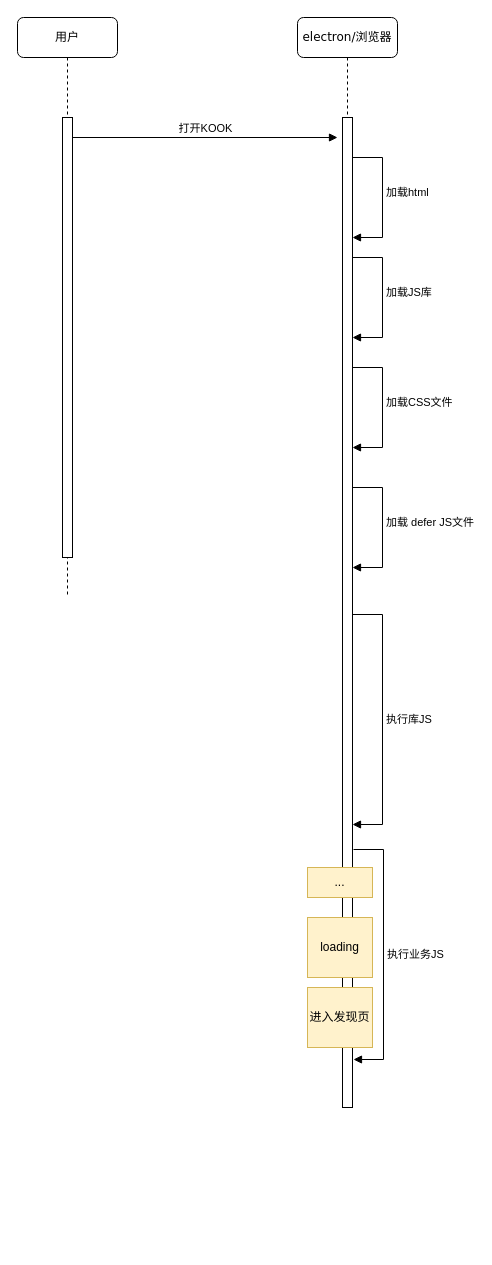
The draw.io diagram KOOK启动.drawio in ccccccp/draw-io, before the edit. Source tidied: cells renumbered, new cells numbered last; positions are measured from the earlier drawing's top-left corner, leaving out a move shared by most shapes. Both pictures are drawn from the tidied source at 100%, with x=0, y=0 at pixel (17, 17).
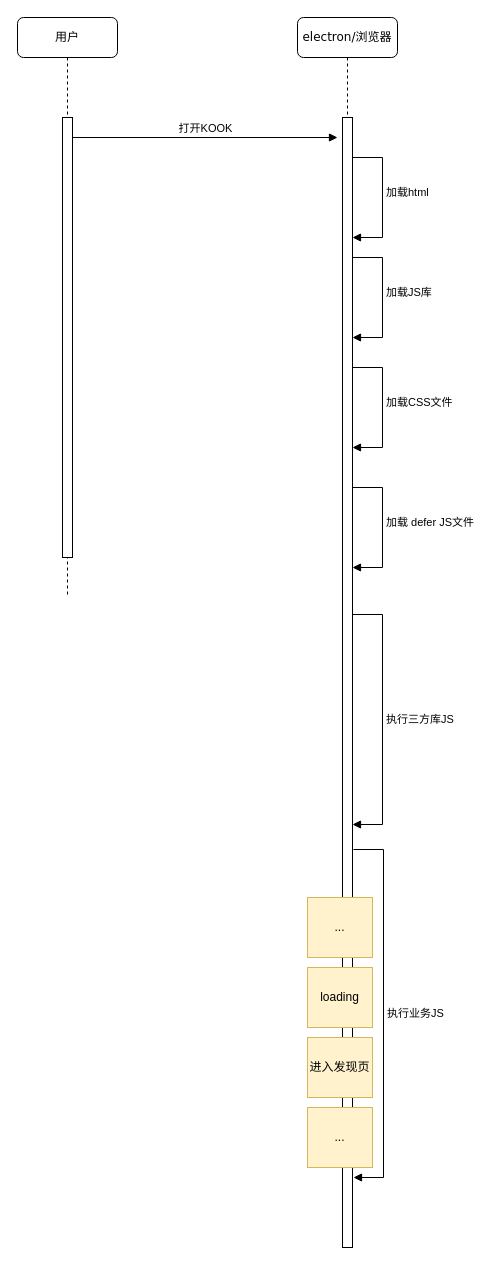
The same page after the edit.

Diff of the diagram source:
```diff
@@
     <mxCell id="5" value="electron/浏览器" style="shape=umlLifeline;perimeter=lifelinePerimeter;whiteSpace=wrap;html=1;rounded=1;shadow=0;comic=0;labelBackgroundColor=none;strokeWidth=1;fontFamily=Verdana;fontSize=12;align=center;" parent="1" vertex="1">
-      <mxGeometry x="280" width="100" height="1090" as="geometry" />
+      <mxGeometry x="280" width="100" height="1230" as="geometry" />
     </mxCell>
     <mxCell id="6" style="html=1;perimeter=orthogonalPerimeter;rounded=0;shadow=0;comic=0;labelBackgroundColor=none;strokeWidth=1;fontFamily=Verdana;fontSize=12;align=center;" parent="5" vertex="1">
-      <mxGeometry x="45" y="100" width="10" height="990" as="geometry" />
+      <mxGeometry x="45" y="100" width="10" height="1130" as="geometry" />
     </mxCell>
     <mxCell id="7" value="loading" style="rounded=0;whiteSpace=wrap;html=1;fillColor=#fff2cc;strokeColor=#d6b656;" parent="5" vertex="1">
-      <mxGeometry x="10" y="900" width="65" height="60" as="geometry" />
+      <mxGeometry x="10" y="950" width="65" height="60" as="geometry" />
     </mxCell>
     <mxCell id="8" value="进入发现页" style="rounded=0;whiteSpace=wrap;html=1;fillColor=#fff2cc;strokeColor=#d6b656;" parent="5" vertex="1">
-      <mxGeometry x="10" y="970" width="65" height="60" as="geometry" />
+      <mxGeometry x="10" y="1020" width="65" height="60" as="geometry" />
     </mxCell>
-    <mxCell id="9" value="..." style="rounded=0;whiteSpace=wrap;html=1;fillColor=#fff2cc;strokeColor=#d6b656;" parent="5" vertex="1">
-      <mxGeometry x="10" y="850" width="65" height="30" as="geometry" />
-    </mxCell>
+    <mxCell id="16" value="..." style="rounded=0;whiteSpace=wrap;html=1;fillColor=#fff2cc;strokeColor=#d6b656;" parent="5" vertex="1">
+      <mxGeometry x="10" y="1090" width="65" height="60" as="geometry" />
+    </mxCell>
+    <mxCell id="17" value="..." style="rounded=0;whiteSpace=wrap;html=1;fillColor=#fff2cc;strokeColor=#d6b656;" parent="5" vertex="1">
+      <mxGeometry x="10" y="880" width="65" height="60" as="geometry" />
+    </mxCell>
-    <mxCell id="10" value="执行库JS" style="html=1;align=left;spacingLeft=2;endArrow=block;rounded=0;edgeStyle=orthogonalEdgeStyle;curved=0;rounded=0;" parent="1" edge="1">
+    <mxCell id="10" value="执行三方库JS" style="html=1;align=left;spacingLeft=2;endArrow=block;rounded=0;edgeStyle=orthogonalEdgeStyle;curved=0;rounded=0;" parent="1" edge="1">
       <mxGeometry relative="1" as="geometry">
         <mxPoint x="335" y="597" as="sourcePoint" />
         <mxPoint x="335" y="807" as="targetPoint" />
         <Array as="points">
           <mxPoint x="365" y="597" />
           <mxPoint x="365" y="807" />
           <mxPoint x="335" y="807" />
         </Array>
       </mxGeometry>
     </mxCell>
@@
     <mxCell id="15" value="执行业务JS" style="html=1;align=left;spacingLeft=2;endArrow=block;rounded=0;edgeStyle=orthogonalEdgeStyle;curved=0;rounded=0;" parent="1" edge="1">
       <mxGeometry relative="1" as="geometry">
         <mxPoint x="336" y="832" as="sourcePoint" />
-        <mxPoint x="336" y="1042" as="targetPoint" />
+        <mxPoint x="336" y="1160" as="targetPoint" />
         <Array as="points">
           <mxPoint x="366" y="832" />
-          <mxPoint x="366" y="1042" />
-          <mxPoint x="336" y="1042" />
+          <mxPoint x="366" y="1160" />
+          <mxPoint x="336" y="1160" />
         </Array>
       </mxGeometry>
     </mxCell>
```
